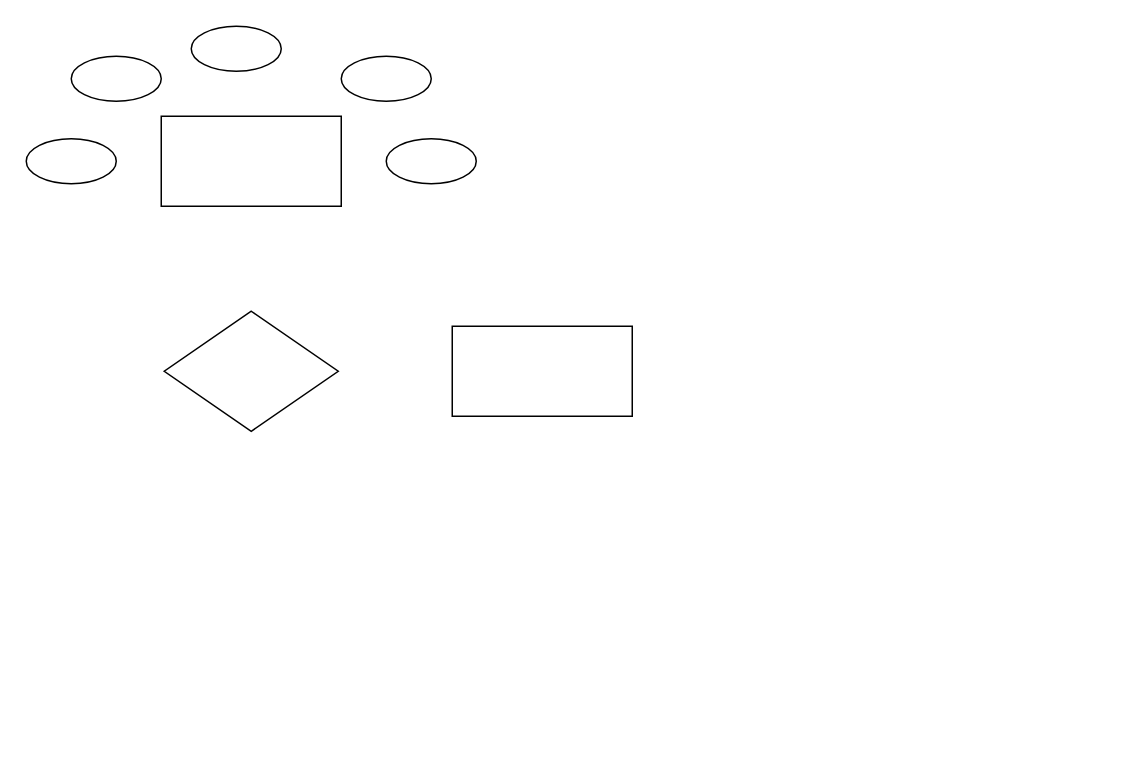
Kio131/OSA keeps this draw.io diagram as ERD.drawio. Above is the earlier version. Source tidied: cells renumbered, new cells numbered last; positions are measured from the earlier drawing's top-left corner, leaving out a move shared by most shapes. Both pictures are drawn from the tidied source at 150%, with x=0, y=0 at pixel (26, 26).
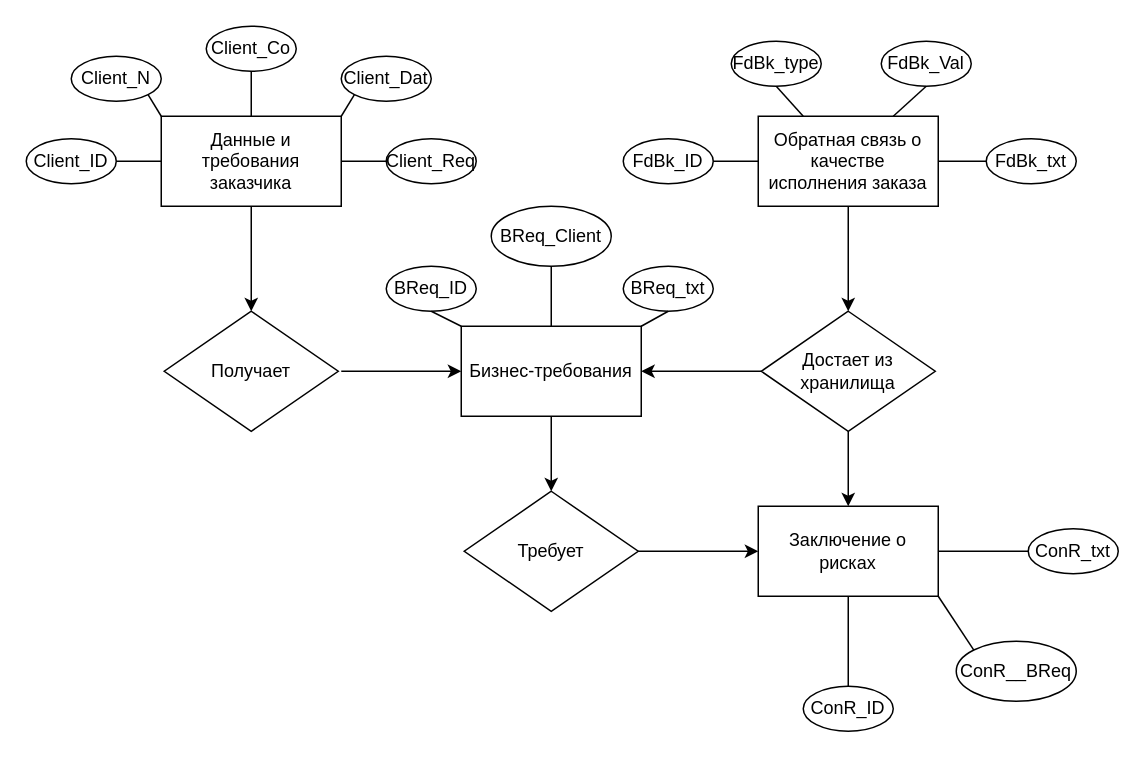
After the change.

The edit, as a diff of the source:
```diff
@@
-<mxGraphModel>
+<mxGraphModel background="#ffffff">
@@
-    <mxCell id="2" style="rounded=0;whiteSpace=wrap;html=1;" parent="1" vertex="1">
+    <mxCell id="2" value="Данные и требования&lt;br&gt;заказчика" style="rounded=0;whiteSpace=wrap;html=1;" parent="1" vertex="1">
       <mxGeometry x="90" y="60" width="120" height="60" as="geometry" />
     </mxCell>
-    <mxCell id="3" style="ellipse;whiteSpace=wrap;html=1;" parent="1" vertex="1">
+    <mxCell id="3" value="Client_N" style="ellipse;whiteSpace=wrap;html=1;" parent="1" vertex="1">
       <mxGeometry x="30" y="20" width="60" height="30" as="geometry" />
     </mxCell>
-    <mxCell id="4" style="ellipse;whiteSpace=wrap;html=1;" parent="1" vertex="1">
-      <mxGeometry x="110" width="60" height="30" as="geometry" />
+    <mxCell id="4" value="Client_Co" style="ellipse;whiteSpace=wrap;html=1;" parent="1" vertex="1">
+      <mxGeometry x="120" width="60" height="30" as="geometry" />
     </mxCell>
-    <mxCell id="5" style="ellipse;whiteSpace=wrap;html=1;" parent="1" vertex="1">
+    <mxCell id="5" value="Client_ID" style="ellipse;whiteSpace=wrap;html=1;" parent="1" vertex="1">
       <mxGeometry y="75" width="60" height="30" as="geometry" />
     </mxCell>
-    <mxCell id="6" style="ellipse;whiteSpace=wrap;html=1;" parent="1" vertex="1">
+    <mxCell id="6" value="Client_Req" style="ellipse;whiteSpace=wrap;html=1;" parent="1" vertex="1">
       <mxGeometry x="240" y="75" width="60" height="30" as="geometry" />
     </mxCell>
-    <mxCell id="7" style="ellipse;whiteSpace=wrap;html=1;" parent="1" vertex="1">
+    <mxCell id="7" value="Client_Dat" style="ellipse;whiteSpace=wrap;html=1;" parent="1" vertex="1">
       <mxGeometry x="210" y="20" width="60" height="30" as="geometry" />
     </mxCell>
-    <mxCell id="8" style="rhombus;whiteSpace=wrap;html=1;" parent="1" vertex="1">
+    <mxCell id="8" value="Получает" style="rhombus;whiteSpace=wrap;html=1;" parent="1" vertex="1">
       <mxGeometry x="92" y="190" width="116" height="80" as="geometry" />
     </mxCell>
-    <mxCell id="9" style="rounded=0;whiteSpace=wrap;html=1;" parent="1" vertex="1">
-      <mxGeometry x="284" y="200" width="120" height="60" as="geometry" />
+    <mxCell id="9" value="Бизнес-требования" style="rounded=0;whiteSpace=wrap;html=1;" parent="1" vertex="1">
+      <mxGeometry x="290" y="200" width="120" height="60" as="geometry" />
     </mxCell>
+    <mxCell id="10" value="Достает из хранилища" style="rhombus;whiteSpace=wrap;html=1;" parent="1" vertex="1">
+      <mxGeometry x="490" y="190" width="116" height="80" as="geometry" />
+    </mxCell>
+    <mxCell id="11" value="Обратная связь о качестве исполнения заказа" style="rounded=0;whiteSpace=wrap;html=1;" parent="1" vertex="1">
+      <mxGeometry x="488" y="60" width="120" height="60" as="geometry" />
+    </mxCell>
+    <mxCell id="12" value="FdBk_type" style="ellipse;whiteSpace=wrap;html=1;" parent="1" vertex="1">
+      <mxGeometry x="470" y="10" width="60" height="30" as="geometry" />
+    </mxCell>
+    <mxCell id="13" value="FdBk_Val" style="ellipse;whiteSpace=wrap;html=1;" parent="1" vertex="1">
+      <mxGeometry x="570" y="10" width="60" height="30" as="geometry" />
+    </mxCell>
+    <mxCell id="14" value="FdBk_ID" style="ellipse;whiteSpace=wrap;html=1;" parent="1" vertex="1">
+      <mxGeometry x="398" y="75" width="60" height="30" as="geometry" />
+    </mxCell>
+    <mxCell id="15" value="FdBk_txt" style="ellipse;whiteSpace=wrap;html=1;" parent="1" vertex="1">
+      <mxGeometry x="640" y="75" width="60" height="30" as="geometry" />
+    </mxCell>
+    <mxCell id="16" style="endArrow=classic;html=1;rounded=0;entryX=0.5;entryY=0;entryDx=0;entryDy=0;exitX=0.5;exitY=1;exitDx=0;exitDy=0;" parent="1" edge="1" source="2" target="8">
+      <mxGeometry relative="1" as="geometry" />
+    </mxCell>
+    <mxCell id="17" style="endArrow=classic;html=1;rounded=0;entryX=0;entryY=0.5;entryDx=0;entryDy=0;" parent="1" edge="1" target="9">
+      <mxGeometry relative="1" as="geometry">
+        <mxPoint x="210" y="230" as="sourcePoint" />
+      </mxGeometry>
+    </mxCell>
+    <mxCell id="18" style="endArrow=classic;html=1;rounded=0;entryX=1;entryY=0.5;entryDx=0;entryDy=0;exitX=0;exitY=0.5;exitDx=0;exitDy=0;" parent="1" edge="1" source="10" target="9">
+      <mxGeometry relative="1" as="geometry" />
+    </mxCell>
+    <mxCell id="19" style="endArrow=classic;html=1;rounded=0;entryX=0.5;entryY=0;entryDx=0;entryDy=0;exitX=0.5;exitY=1;exitDx=0;exitDy=0;" parent="1" edge="1" source="11" target="10">
+      <mxGeometry relative="1" as="geometry" />
+    </mxCell>
+    <mxCell id="20" value="Требует" style="rhombus;whiteSpace=wrap;html=1;" parent="1" vertex="1">
+      <mxGeometry x="292" y="310" width="116" height="80" as="geometry" />
+    </mxCell>
+    <mxCell id="21" value="Заключение о рисках" style="rounded=0;whiteSpace=wrap;html=1;" parent="1" vertex="1">
+      <mxGeometry x="488" y="320" width="120" height="60" as="geometry" />
+    </mxCell>
+    <mxCell id="22" style="endArrow=classic;html=1;rounded=0;entryX=0;entryY=0.5;entryDx=0;entryDy=0;exitX=1;exitY=0.5;exitDx=0;exitDy=0;" parent="1" edge="1" source="20" target="21">
+      <mxGeometry relative="1" as="geometry" />
+    </mxCell>
+    <mxCell id="23" style="endArrow=classic;html=1;rounded=0;entryX=0.5;entryY=0;entryDx=0;entryDy=0;exitX=0.5;exitY=1;exitDx=0;exitDy=0;" parent="1" edge="1" source="9" target="20">
+      <mxGeometry relative="1" as="geometry" />
+    </mxCell>
+    <mxCell id="24" style="edgeStyle=orthogonalEdgeStyle;rounded=0;orthogonalLoop=1;jettySize=auto;html=1;exitX=0.5;exitY=1;exitDx=0;exitDy=0;" parent="1" edge="1" source="13" target="13">
+      <mxGeometry relative="1" as="geometry" />
+    </mxCell>
+    <mxCell id="25" value="BReq_ID" style="ellipse;whiteSpace=wrap;html=1;" parent="1" vertex="1">
+      <mxGeometry x="240" y="160" width="60" height="30" as="geometry" />
+    </mxCell>
+    <mxCell id="26" value="BReq_Client" style="ellipse;whiteSpace=wrap;html=1;" parent="1" vertex="1">
+      <mxGeometry x="310" y="120" width="80" height="40" as="geometry" />
+    </mxCell>
+    <mxCell id="27" value="BReq_txt" style="ellipse;whiteSpace=wrap;html=1;" parent="1" vertex="1">
+      <mxGeometry x="398" y="160" width="60" height="30" as="geometry" />
+    </mxCell>
+    <mxCell id="28" style="endArrow=none;html=1;rounded=0;entryX=1;entryY=0.5;entryDx=0;entryDy=0;exitX=0;exitY=0.5;exitDx=0;exitDy=0;" parent="1" edge="1" source="2" target="5">
+      <mxGeometry relative="1" as="geometry" />
+    </mxCell>
+    <mxCell id="29" style="endArrow=none;html=1;rounded=0;entryX=1;entryY=1;entryDx=0;entryDy=0;exitX=0;exitY=0;exitDx=0;exitDy=0;" parent="1" edge="1" source="2" target="3">
+      <mxGeometry relative="1" as="geometry" />
+    </mxCell>
+    <mxCell id="30" style="endArrow=none;html=1;rounded=0;entryX=0;entryY=1;entryDx=0;entryDy=0;exitX=1;exitY=0;exitDx=0;exitDy=0;" parent="1" edge="1" source="2" target="7">
+      <mxGeometry relative="1" as="geometry" />
+    </mxCell>
+    <mxCell id="31" style="endArrow=none;html=1;rounded=0;entryX=0;entryY=0.5;entryDx=0;entryDy=0;exitX=1;exitY=0.5;exitDx=0;exitDy=0;" parent="1" edge="1" source="2" target="6">
+      <mxGeometry relative="1" as="geometry" />
+    </mxCell>
+    <mxCell id="32" style="endArrow=none;html=1;rounded=0;entryX=0.5;entryY=0;entryDx=0;entryDy=0;exitX=0.5;exitY=1;exitDx=0;exitDy=0;" parent="1" edge="1" source="4" target="2">
+      <mxGeometry relative="1" as="geometry" />
+    </mxCell>
+    <mxCell id="33" style="endArrow=none;html=1;rounded=0;entryX=1;entryY=0.5;entryDx=0;entryDy=0;exitX=0;exitY=0.5;exitDx=0;exitDy=0;" parent="1" edge="1" source="11" target="14">
+      <mxGeometry relative="1" as="geometry" />
+    </mxCell>
+    <mxCell id="34" style="endArrow=none;html=1;rounded=0;entryX=0.5;entryY=1;entryDx=0;entryDy=0;exitX=0.25;exitY=0;exitDx=0;exitDy=0;" parent="1" edge="1" source="11" target="12">
+      <mxGeometry relative="1" as="geometry" />
+    </mxCell>
+    <mxCell id="35" style="endArrow=none;html=1;rounded=0;entryX=0.5;entryY=1;entryDx=0;entryDy=0;exitX=0.5;exitY=0;exitDx=0;exitDy=0;" parent="1" edge="1" source="9" target="26">
+      <mxGeometry relative="1" as="geometry" />
+    </mxCell>
+    <mxCell id="36" style="endArrow=none;html=1;rounded=0;entryX=0;entryY=0.5;entryDx=0;entryDy=0;exitX=1;exitY=0.5;exitDx=0;exitDy=0;" parent="1" edge="1" source="11" target="15">
+      <mxGeometry relative="1" as="geometry" />
+    </mxCell>
+    <mxCell id="37" style="endArrow=none;html=1;rounded=0;entryX=0.75;entryY=0;entryDx=0;entryDy=0;exitX=0.5;exitY=1;exitDx=0;exitDy=0;" parent="1" edge="1" source="13" target="11">
+      <mxGeometry relative="1" as="geometry" />
+    </mxCell>
+    <mxCell id="38" style="endArrow=none;html=1;rounded=0;entryX=0.5;entryY=1;entryDx=0;entryDy=0;" parent="1" edge="1" target="25">
+      <mxGeometry relative="1" as="geometry">
+        <mxPoint x="290" y="200" as="sourcePoint" />
+      </mxGeometry>
+    </mxCell>
+    <mxCell id="39" style="endArrow=none;html=1;rounded=0;entryX=0.5;entryY=1;entryDx=0;entryDy=0;exitX=1;exitY=0;exitDx=0;exitDy=0;" parent="1" edge="1" source="9" target="27">
+      <mxGeometry relative="1" as="geometry" />
+    </mxCell>
+    <mxCell id="40" style="endArrow=classic;html=1;rounded=0;entryX=0.5;entryY=0;entryDx=0;entryDy=0;exitX=0.5;exitY=1;exitDx=0;exitDy=0;" parent="1" edge="1" source="10" target="21">
+      <mxGeometry relative="1" as="geometry" />
+    </mxCell>
+    <mxCell id="41" value="ConR_ID" style="ellipse;whiteSpace=wrap;html=1;" parent="1" vertex="1">
+      <mxGeometry x="518" y="440" width="60" height="30" as="geometry" />
+    </mxCell>
+    <mxCell id="42" value="ConR__BReq" style="ellipse;whiteSpace=wrap;html=1;" parent="1" vertex="1">
+      <mxGeometry x="620" y="410" width="80" height="40" as="geometry" />
+    </mxCell>
+    <mxCell id="43" value="ConR_txt" style="ellipse;whiteSpace=wrap;html=1;" parent="1" vertex="1">
+      <mxGeometry x="668" y="335" width="60" height="30" as="geometry" />
+    </mxCell>
+    <mxCell id="44" style="endArrow=none;html=1;rounded=0;entryX=0;entryY=0;entryDx=0;entryDy=0;exitX=1;exitY=1;exitDx=0;exitDy=0;" parent="1" edge="1" source="21" target="42">
+      <mxGeometry relative="1" as="geometry" />
+    </mxCell>
+    <mxCell id="45" style="endArrow=none;html=1;rounded=0;entryX=0.5;entryY=0;entryDx=0;entryDy=0;exitX=0.5;exitY=1;exitDx=0;exitDy=0;" parent="1" edge="1" source="21" target="41">
+      <mxGeometry relative="1" as="geometry" />
+    </mxCell>
+    <mxCell id="46" style="endArrow=none;html=1;rounded=0;entryX=0;entryY=0.5;entryDx=0;entryDy=0;exitX=1;exitY=0.5;exitDx=0;exitDy=0;" parent="1" edge="1" source="21" target="43">
+      <mxGeometry relative="1" as="geometry" />
+    </mxCell>
```
